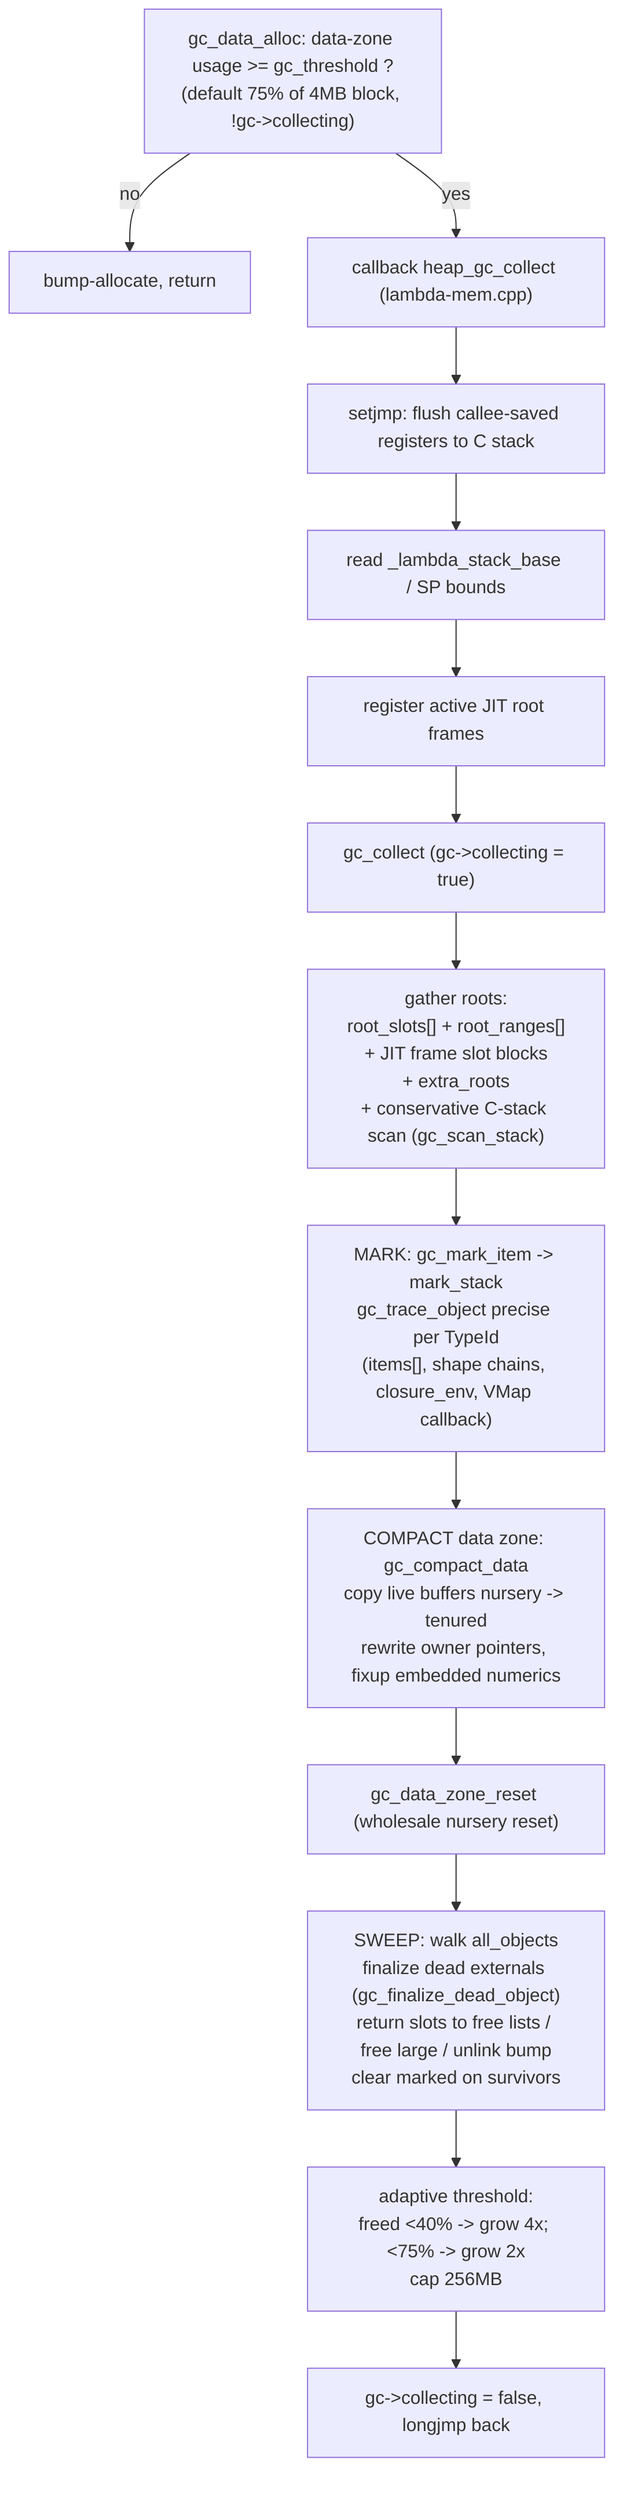
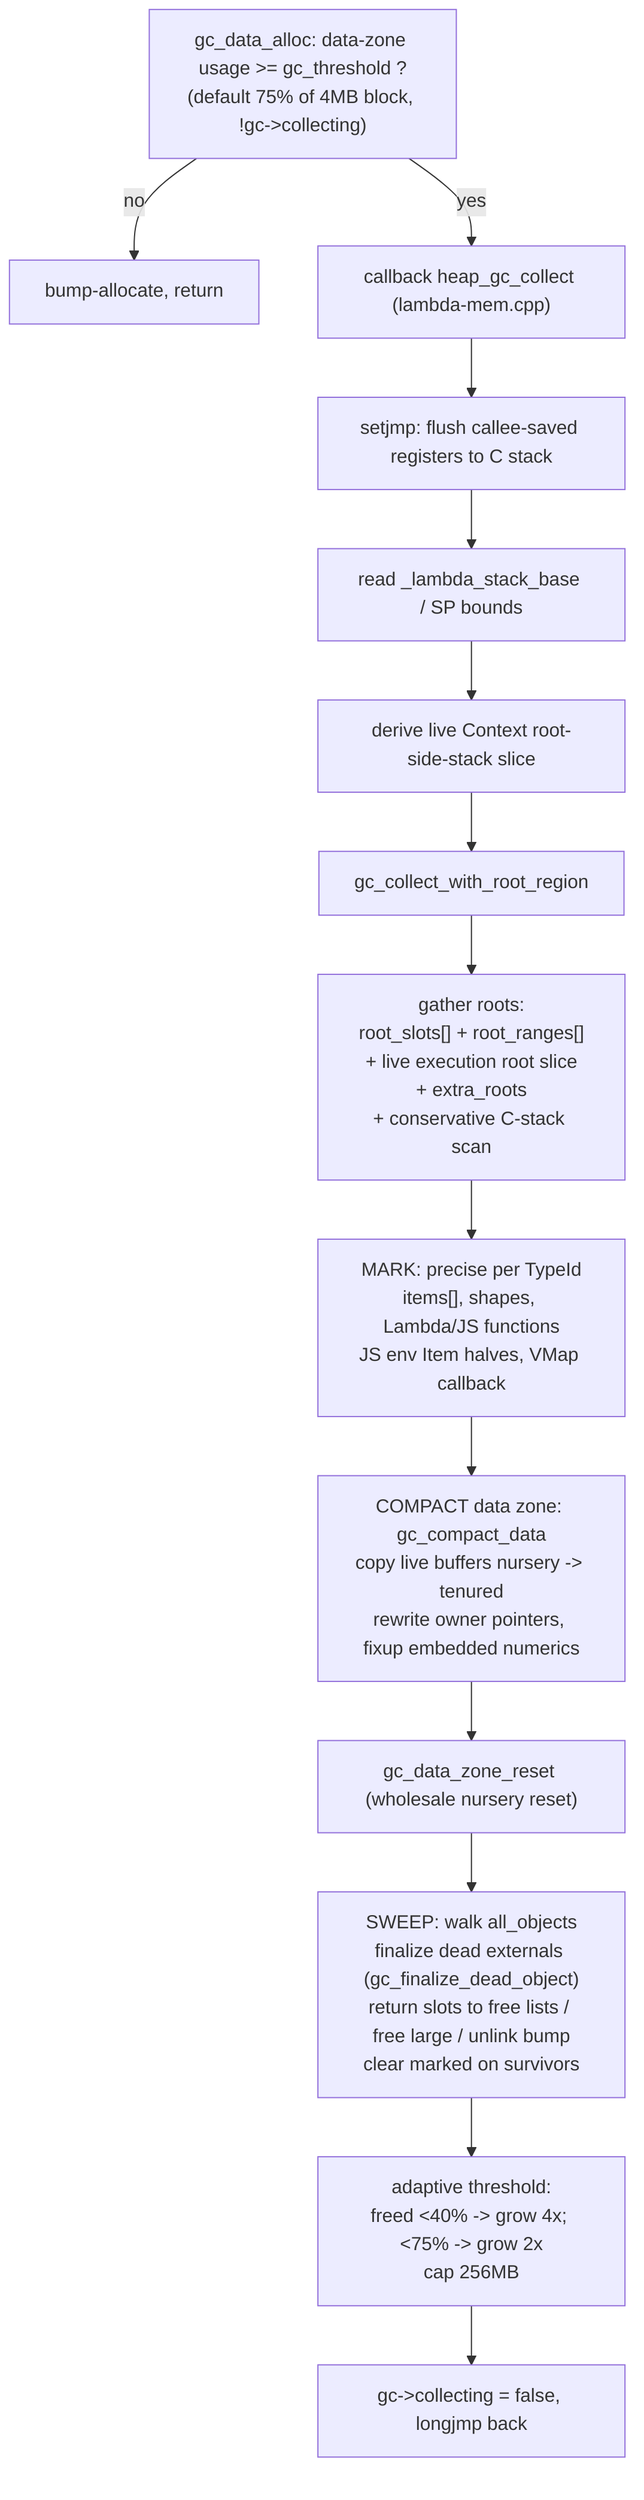
flowchart TB
  TRIG["gc_data_alloc: data-zone usage >= gc_threshold ?\n(default 75% of 4MB block, !gc->collecting)"]
  TRIG -->|"no"| BUMPALLOC["bump-allocate, return"]
  TRIG -->|"yes"| CB["callback heap_gc_collect (lambda-mem.cpp)"]

  CB --> SJ["setjmp: flush callee-saved registers to C stack"]
  SJ --> SB["read _lambda_stack_base / SP bounds"]
-   SB --> JF["register active JIT root frames"]
-   JF --> GC["gc_collect (gc->collecting = true)"]
+   SB --> JF["derive live Context root-side-stack slice"]
+   JF --> GC["gc_collect_with_root_region"]

-   GC --> ROOTS["gather roots:\nroot_slots[] + root_ranges[]\n+ JIT frame slot blocks\n+ extra_roots\n+ conservative C-stack scan (gc_scan_stack)"]
-   ROOTS --> MARK["MARK: gc_mark_item -> mark_stack\ngc_trace_object precise per TypeId\n(items[], shape chains, closure_env, VMap callback)"]
+   GC --> ROOTS["gather roots:\nroot_slots[] + root_ranges[]\n+ live execution root slice\n+ extra_roots\n+ conservative C-stack scan"]
+   ROOTS --> MARK["MARK: precise per TypeId\nitems[], shapes, Lambda/JS functions\nJS env Item halves, VMap callback"]
  MARK --> COMPACT["COMPACT data zone: gc_compact_data\ncopy live buffers nursery -> tenured\nrewrite owner pointers, fixup embedded numerics"]
  COMPACT --> RESET["gc_data_zone_reset (wholesale nursery reset)"]
  RESET --> SWEEP["SWEEP: walk all_objects\nfinalize dead externals (gc_finalize_dead_object)\nreturn slots to free lists / free large / unlink bump\nclear marked on survivors"]
  SWEEP --> ADAPT["adaptive threshold:\nfreed <40% -> grow 4x; <75% -> grow 2x\ncap 256MB"]
  ADAPT --> DONE["gc->collecting = false, longjmp back"]
